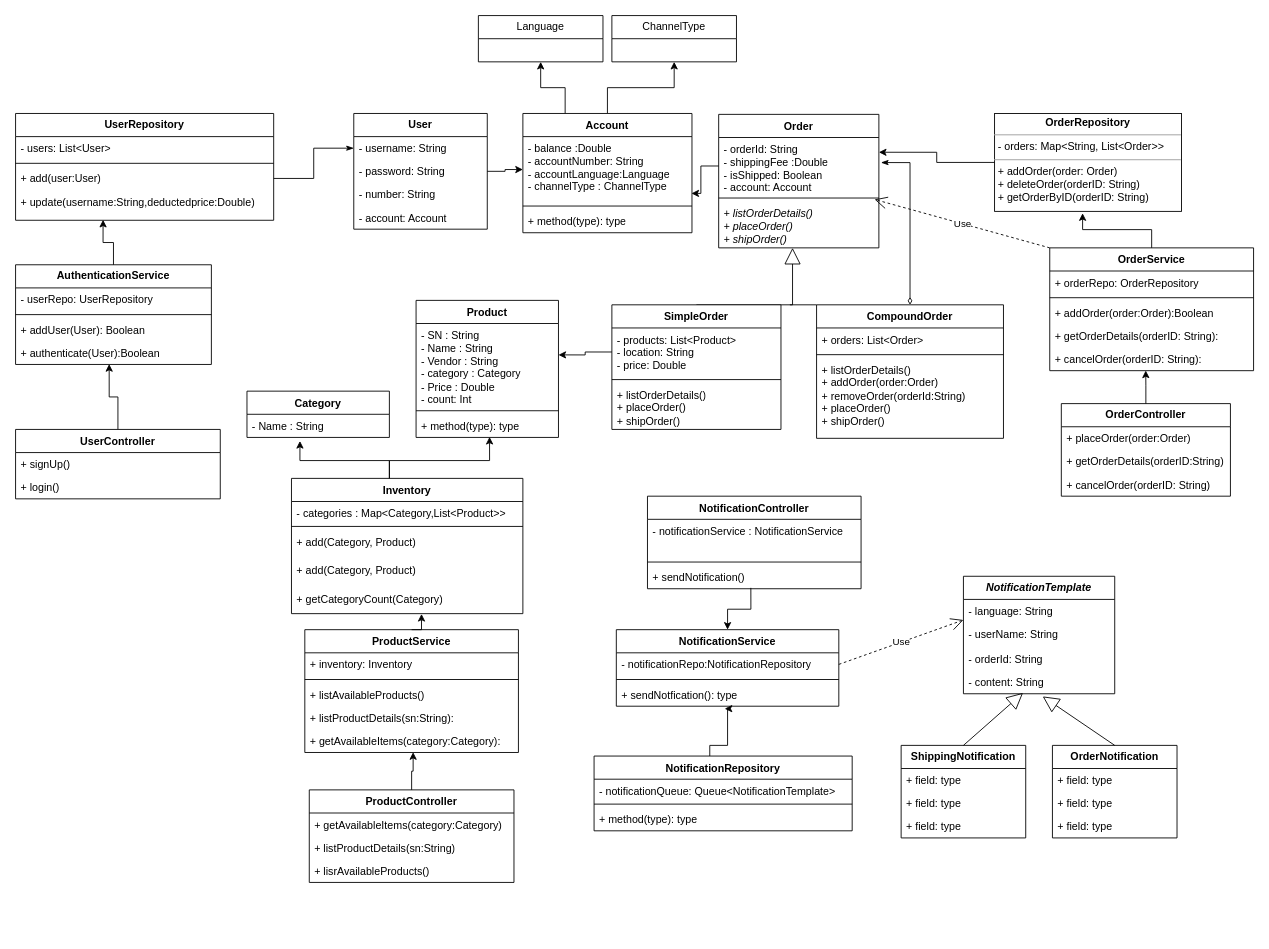
Earlier version of the draw.io diagram A2SWE (1).drawio (nouribrahem/CartHub). Source tidied: cells renumbered, new cells numbered last; positions are measured from the earlier drawing's top-left corner, leaving out a move shared by most shapes. Both pictures are drawn from the tidied source at 89%, with x=0, y=0 at pixel (15, 15).
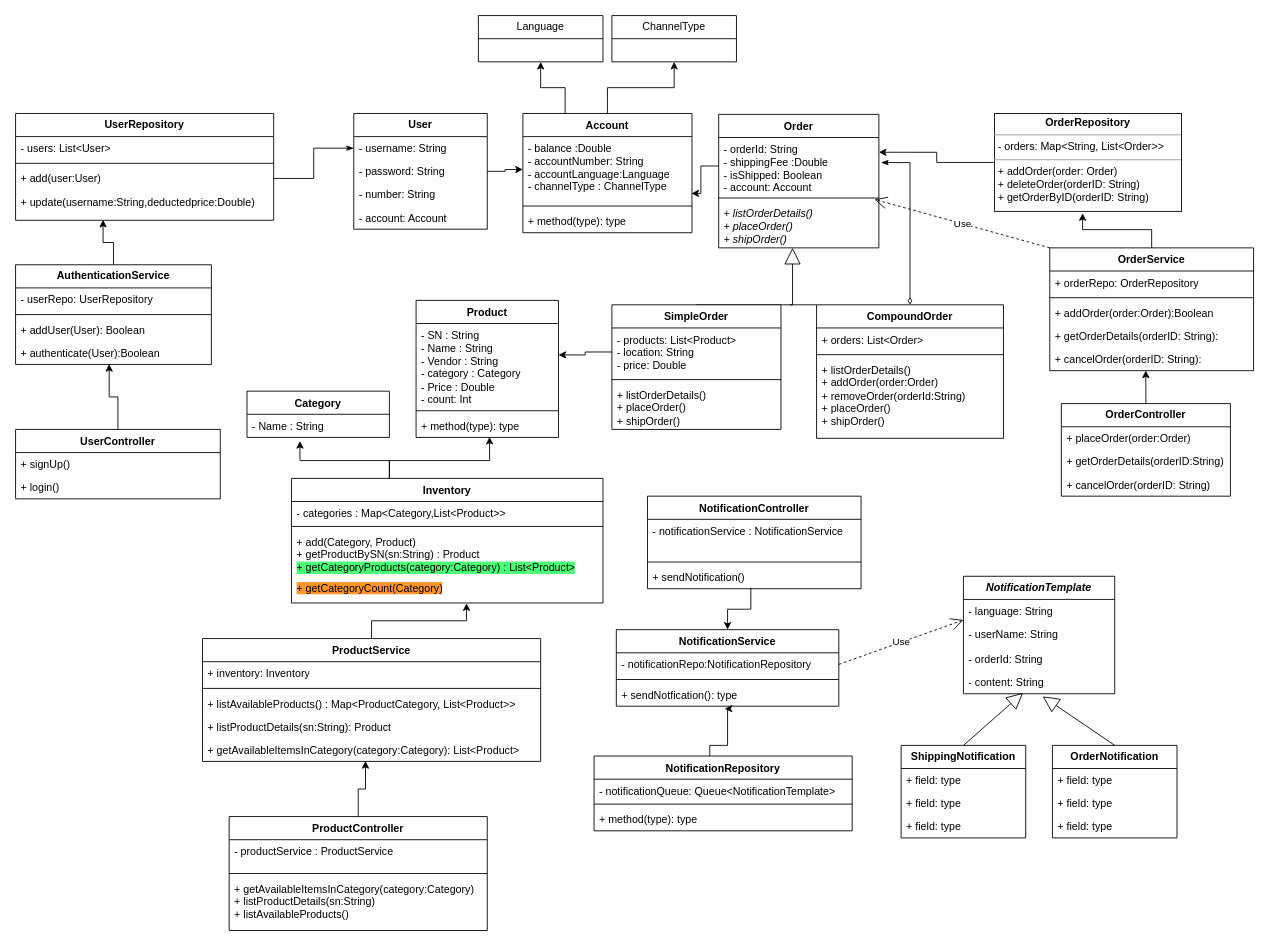
The same page after the edit.

Commit message (it also covers changes not shown here):
added product classes

Change to the diagram source:
```diff
@@
     <mxCell id="3" value="Inventory" style="swimlane;fontStyle=1;align=center;verticalAlign=top;horizontal=1;startSize=26;whiteSpace=wrap;html=1;" parent="1" vertex="1">
-      <mxGeometry x="310" y="520" width="260" height="152" as="geometry" />
+      <mxGeometry x="310" y="520" width="350" height="140" as="geometry" />
     </mxCell>
     <mxCell id="4" value="- categories : Map&amp;lt;Category,List&amp;lt;Product&amp;gt;&amp;gt;" style="text;strokeColor=none;fillColor=none;align=left;verticalAlign=top;spacingLeft=4;spacingRight=4;overflow=hidden;whiteSpace=wrap;html=1;" parent="3" vertex="1">
-      <mxGeometry y="26" width="260" height="24" as="geometry" />
+      <mxGeometry y="26" width="350" height="24" as="geometry" />
     </mxCell>
     <mxCell id="5" style="line;strokeWidth=1;fillColor=none;align=left;verticalAlign=middle;spacingTop=-1;spacingLeft=3;spacingRight=3;labelPosition=right;strokeColor=inherit;" parent="3" vertex="1">
-      <mxGeometry y="50" width="260" height="8" as="geometry" />
+      <mxGeometry y="50" width="350" height="8" as="geometry" />
     </mxCell>
-    <mxCell id="6" value="+ add(Category, Product)" style="text;strokeColor=none;fillColor=none;align=left;verticalAlign=top;spacingLeft=4;spacingRight=4;overflow=hidden;whiteSpace=wrap;html=1;" parent="3" vertex="1">
-      <mxGeometry y="58" width="260" height="32" as="geometry" />
+    <mxCell id="6" value="+ add(Category, Product)&lt;br&gt;+ getProductBySN(sn:String) : Product&lt;br&gt;&lt;span style=&quot;background-color: rgb(77, 255, 118);&quot;&gt;+ getCategoryProducts(category:Category) : List&amp;lt;Product&amp;gt;&lt;/span&gt;" style="text;strokeColor=none;fillColor=none;align=left;verticalAlign=top;spacingLeft=4;spacingRight=4;overflow=hidden;whiteSpace=wrap;html=1;" parent="3" vertex="1">
+      <mxGeometry y="58" width="350" height="52" as="geometry" />
     </mxCell>
-    <mxCell id="7" value="+ add(Category, Product)" style="text;strokeColor=none;fillColor=none;align=left;verticalAlign=top;spacingLeft=4;spacingRight=4;overflow=hidden;whiteSpace=wrap;html=1;" parent="3" vertex="1">
-      <mxGeometry y="90" width="260" height="32" as="geometry" />
-    </mxCell>
-    <mxCell id="8" value="+ getCategoryCount(Category)" style="text;strokeColor=none;fillColor=none;align=left;verticalAlign=top;spacingLeft=4;spacingRight=4;overflow=hidden;points=[[0,0.5],[1,0.5]];portConstraint=eastwest;whiteSpace=wrap;html=1;" parent="3" vertex="1">
-      <mxGeometry y="122" width="260" height="30" as="geometry" />
+    <mxCell id="8" value="&lt;span style=&quot;background-color: rgb(255, 149, 43);&quot;&gt;+ getCategoryCount(Category)&lt;/span&gt;" style="text;strokeColor=none;fillColor=none;align=left;verticalAlign=top;spacingLeft=4;spacingRight=4;overflow=hidden;points=[[0,0.5],[1,0.5]];portConstraint=eastwest;whiteSpace=wrap;html=1;" parent="3" vertex="1">
+      <mxGeometry y="110" width="350" height="30" as="geometry" />
     </mxCell>
@@
     <mxCell id="74" value="ProductService" style="swimlane;fontStyle=1;align=center;verticalAlign=top;horizontal=1;startSize=26;whiteSpace=wrap;html=1;" parent="1" vertex="1">
-      <mxGeometry x="325" y="690" width="240" height="138" as="geometry" />
+      <mxGeometry x="210" y="700" width="380" height="138" as="geometry" />
     </mxCell>
     <mxCell id="75" value="+ inventory: Inventory" style="text;strokeColor=none;fillColor=none;align=left;verticalAlign=top;spacingLeft=4;spacingRight=4;overflow=hidden;whiteSpace=wrap;html=1;" parent="74" vertex="1">
-      <mxGeometry y="26" width="240" height="26" as="geometry" />
+      <mxGeometry y="26" width="380" height="26" as="geometry" />
     </mxCell>
     <mxCell id="76" style="line;strokeWidth=1;fillColor=none;align=left;verticalAlign=middle;spacingTop=-1;spacingLeft=3;spacingRight=3;labelPosition=right;strokeColor=inherit;" parent="74" vertex="1">
-      <mxGeometry y="52" width="240" height="8" as="geometry" />
+      <mxGeometry y="52" width="380" height="8" as="geometry" />
     </mxCell>
-    <mxCell id="77" value="+ listAvailableProducts()" style="text;strokeColor=none;fillColor=none;align=left;verticalAlign=top;spacingLeft=4;spacingRight=4;overflow=hidden;whiteSpace=wrap;html=1;" parent="74" vertex="1">
-      <mxGeometry y="60" width="240" height="26" as="geometry" />
+    <mxCell id="77" value="+ listAvailableProducts() :&amp;nbsp;Map&amp;lt;ProductCategory, List&amp;lt;Product&amp;gt;&amp;gt;" style="text;strokeColor=none;fillColor=none;align=left;verticalAlign=top;spacingLeft=4;spacingRight=4;overflow=hidden;whiteSpace=wrap;html=1;" parent="74" vertex="1">
+      <mxGeometry y="60" width="380" height="26" as="geometry" />
     </mxCell>
-    <mxCell id="78" value="+ listProductDetails(sn:String):" style="text;strokeColor=none;fillColor=none;align=left;verticalAlign=top;spacingLeft=4;spacingRight=4;overflow=hidden;whiteSpace=wrap;html=1;" parent="74" vertex="1">
-      <mxGeometry y="86" width="240" height="26" as="geometry" />
+    <mxCell id="78" value="+ listProductDetails(sn:String): Product" style="text;strokeColor=none;fillColor=none;align=left;verticalAlign=top;spacingLeft=4;spacingRight=4;overflow=hidden;whiteSpace=wrap;html=1;" parent="74" vertex="1">
+      <mxGeometry y="86" width="380" height="26" as="geometry" />
     </mxCell>
-    <mxCell id="79" value="+ getAvailableItems(category:Category):" style="text;strokeColor=none;fillColor=none;align=left;verticalAlign=top;spacingLeft=4;spacingRight=4;overflow=hidden;points=[[0,0.5],[1,0.5]];portConstraint=eastwest;whiteSpace=wrap;html=1;" parent="74" vertex="1">
-      <mxGeometry y="112" width="240" height="26" as="geometry" />
+    <mxCell id="79" value="+&amp;nbsp;getAvailableItemsInCategory&lt;span style=&quot;background-color: initial;&quot;&gt;(category:Category): List&amp;lt;Product&amp;gt;&lt;/span&gt;" style="text;strokeColor=none;fillColor=none;align=left;verticalAlign=top;spacingLeft=4;spacingRight=4;overflow=hidden;points=[[0,0.5],[1,0.5]];portConstraint=eastwest;whiteSpace=wrap;html=1;" parent="74" vertex="1">
+      <mxGeometry y="112" width="380" height="26" as="geometry" />
     </mxCell>
-    <mxCell id="80" value="&lt;b&gt;ProductController&lt;/b&gt;" style="swimlane;fontStyle=0;horizontal=1;startSize=26;fillColor=none;whiteSpace=wrap;html=1;" parent="1" vertex="1">
-      <mxGeometry x="330" y="870" width="230" height="104" as="geometry" />
-    </mxCell>
-    <mxCell id="81" value="+ getAvailableItems(category:Category)&lt;br&gt;" style="text;strokeColor=none;fillColor=none;align=left;verticalAlign=top;spacingLeft=4;spacingRight=4;overflow=hidden;whiteSpace=wrap;html=1;" parent="80" vertex="1">
-      <mxGeometry y="26" width="230" height="26" as="geometry" />
-    </mxCell>
-    <mxCell id="82" value="+ listProductDetails(sn:String)" style="text;strokeColor=none;fillColor=none;align=left;verticalAlign=top;spacingLeft=4;spacingRight=4;overflow=hidden;whiteSpace=wrap;html=1;" parent="80" vertex="1">
-      <mxGeometry y="52" width="230" height="26" as="geometry" />
-    </mxCell>
-    <mxCell id="83" value="+ lisrAvailableProducts()" style="text;strokeColor=none;fillColor=none;align=left;verticalAlign=top;spacingLeft=4;spacingRight=4;overflow=hidden;whiteSpace=wrap;html=1;" parent="80" vertex="1">
-      <mxGeometry y="78" width="230" height="26" as="geometry" />
-    </mxCell>
-    <mxCell id="84" style="edgeStyle=orthogonalEdgeStyle;rounded=0;jettySize=auto;html=1;entryX=0.507;entryY=0.987;entryDx=0;entryDy=0;entryPerimeter=0;" parent="1" edge="1" source="80" target="79">
-      <mxGeometry relative="1" as="geometry" />
-    </mxCell>
@@
+    <mxCell id="84" style="edgeStyle=orthogonalEdgeStyle;rounded=0;jettySize=auto;html=1;entryX=0.482;entryY=0.985;entryDx=0;entryDy=0;entryPerimeter=0;" parent="1" edge="1" source="80" target="79">
+      <mxGeometry relative="1" as="geometry" />
+    </mxCell>
+    <mxCell id="80" value="ProductController" style="swimlane;fontStyle=1;align=center;verticalAlign=top;horizontal=1;startSize=26;whiteSpace=wrap;html=1;" parent="1" vertex="1">
+      <mxGeometry x="240" y="900" width="290" height="128" as="geometry" />
+    </mxCell>
+    <mxCell id="120" value="- productService : ProductService" style="text;strokeColor=none;fillColor=none;align=left;verticalAlign=top;spacingLeft=4;spacingRight=4;overflow=hidden;whiteSpace=wrap;html=1;" parent="80" vertex="1">
+      <mxGeometry y="26" width="290" height="34" as="geometry" />
+    </mxCell>
+    <mxCell id="121" style="line;strokeWidth=1;fillColor=none;align=left;verticalAlign=middle;spacingTop=-1;spacingLeft=3;spacingRight=3;labelPosition=right;strokeColor=inherit;" parent="80" vertex="1">
+      <mxGeometry y="60" width="290" height="8" as="geometry" />
+    </mxCell>
+    <mxCell id="122" value="+ getAvailableItemsInCategory(category:Category)&lt;br style=&quot;border-color: var(--border-color);&quot;&gt;+ listProductDetails(sn:String)&lt;br style=&quot;border-color: var(--border-color);&quot;&gt;+ listAvailableProducts()" style="text;strokeColor=none;fillColor=none;align=left;verticalAlign=top;spacingLeft=4;spacingRight=4;overflow=hidden;whiteSpace=wrap;html=1;" parent="80" vertex="1">
+      <mxGeometry y="68" width="290" height="60" as="geometry" />
+    </mxCell>
```
